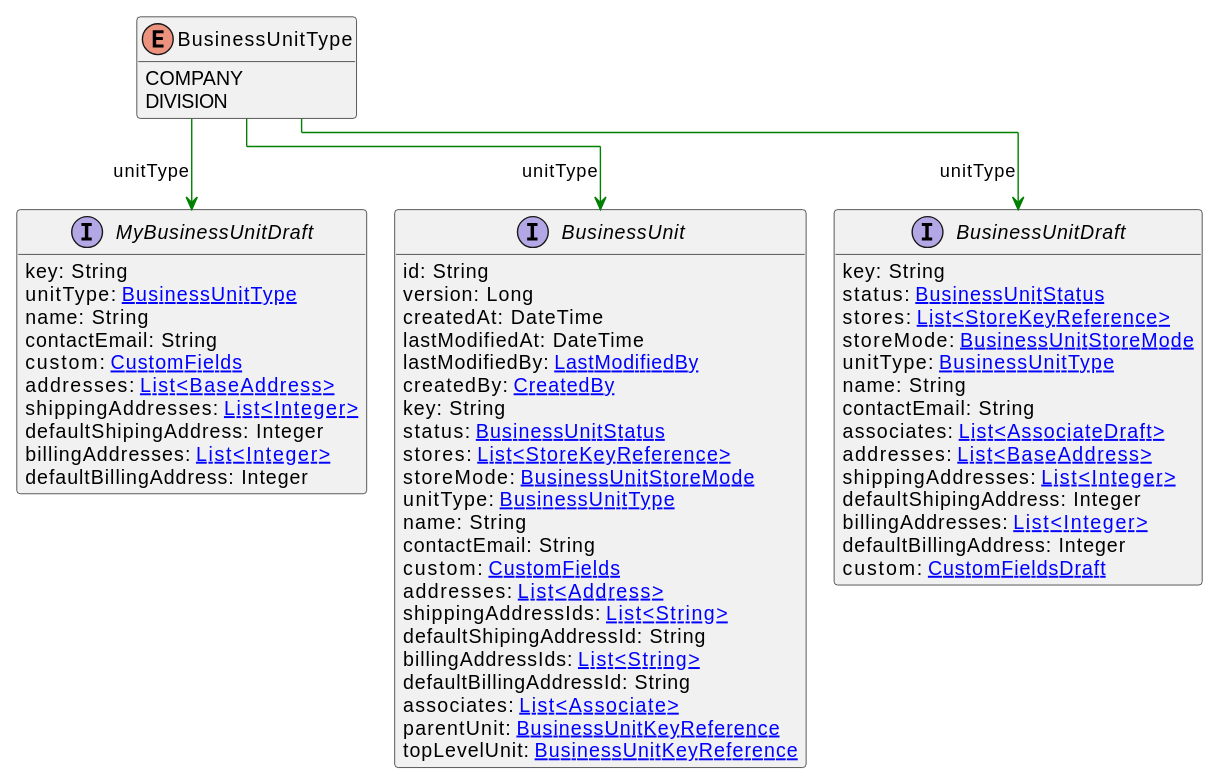
The PlantUML diagram uml/api/svg/BusinessUnitType.svg in commercetools/commercetools-api-reference, before a commit.
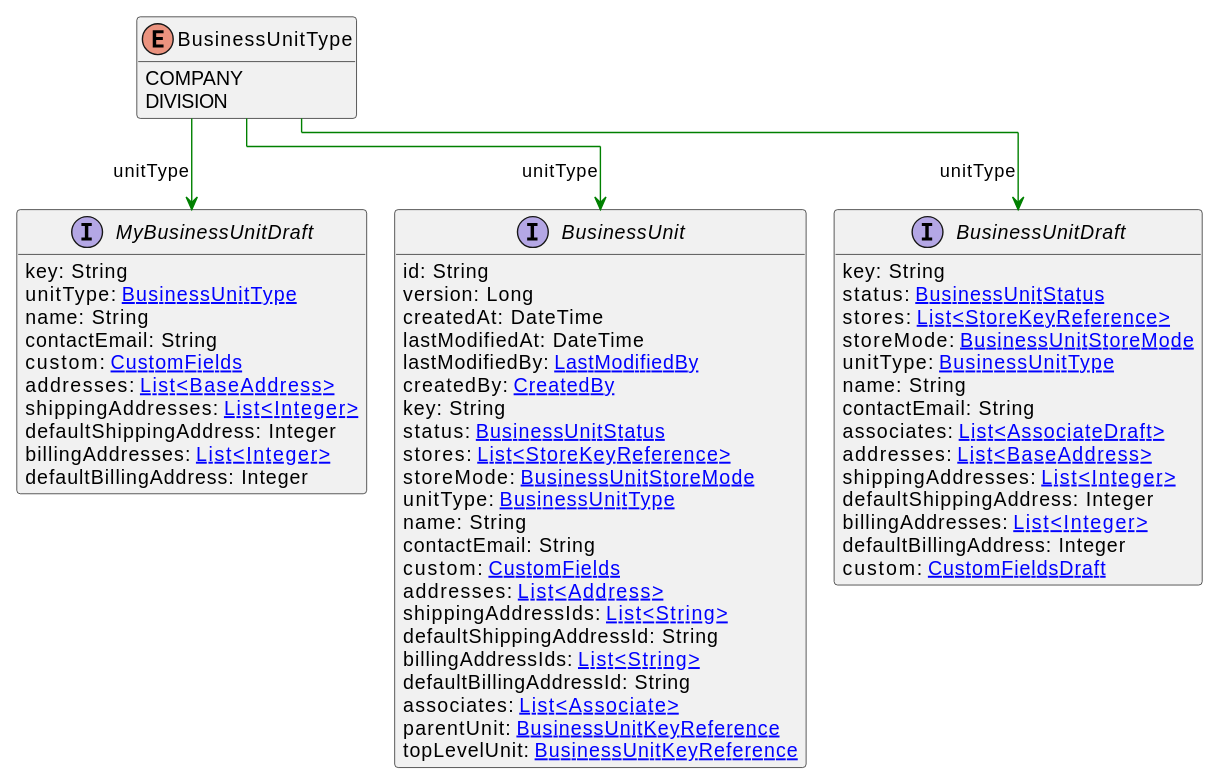
Later version of the same file.

Diff of the diagram source:
```diff
@@ -22,7 +22,7 @@
     custom: [[CustomFields.svg CustomFields]]
     addresses: [[Address.svg List<Address>]]
     shippingAddressIds: [[String.svg List<String>]]
-    defaultShipingAddressId: String
+    defaultShippingAddressId: String
     billingAddressIds: [[String.svg List<String>]]
     defaultBillingAddressId: String
     associates: [[Associate.svg List<Associate>]]
@@ -40,7 +40,7 @@
     associates: [[AssociateDraft.svg List<AssociateDraft>]]
     addresses: [[BaseAddress.svg List<BaseAddress>]]
     shippingAddresses: [[Integer.svg List<Integer>]]
-    defaultShipingAddress: Integer
+    defaultShippingAddress: Integer
     billingAddresses: [[Integer.svg List<Integer>]]
     defaultBillingAddress: Integer
     custom: [[CustomFieldsDraft.svg CustomFieldsDraft]]
@@ -53,7 +53,7 @@
     custom: [[CustomFields.svg CustomFields]]
     addresses: [[BaseAddress.svg List<BaseAddress>]]
     shippingAddresses: [[Integer.svg List<Integer>]]
-    defaultShipingAddress: Integer
+    defaultShippingAddress: Integer
     billingAddresses: [[Integer.svg List<Integer>]]
     defaultBillingAddress: Integer
 }
```
